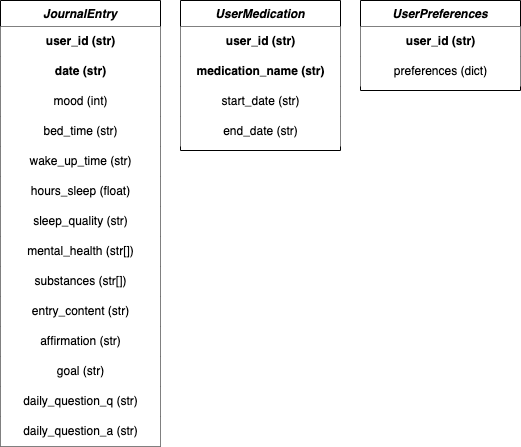
Before: images/ERD.drawio.png, a diagram exported from draw.io (hwilloug/poppyland-journal). Source tidied: cells renumbered, new cells last; positions are measured from the earlier drawing's top-left corner, leaving out a move shared by most shapes. Its diagram source:
```xml
<mxGraphModel>
  <root>
    <mxCell id="0" />
    <mxCell id="1" parent="0" />
    <mxCell id="2" value="JournalEntry" style="swimlane;fontStyle=3;align=center;verticalAlign=top;horizontal=1;startSize=26;rounded=0;shadow=0;strokeWidth=1;fillStyle=solid;fillColor=#FFFFFF;" parent="1" vertex="1">
      <mxGeometry width="160" height="446" as="geometry" />
    </mxCell>
    <mxCell id="3" value="user_id (str)" style="text;html=1;align=center;verticalAlign=middle;strokeColor=none;fillColor=default;fontStyle=1;" parent="2" vertex="1">
      <mxGeometry y="26" width="160" height="30" as="geometry" />
    </mxCell>
    <mxCell id="4" value="date (str)" style="text;html=1;align=center;verticalAlign=middle;strokeColor=none;fillColor=default;fontStyle=1;" parent="2" vertex="1">
      <mxGeometry y="56" width="160" height="30" as="geometry" />
    </mxCell>
    <mxCell id="5" value="mood (int)" style="text;html=1;align=center;verticalAlign=middle;strokeColor=none;fillColor=default;fontStyle=0;" parent="2" vertex="1">
      <mxGeometry y="86" width="160" height="30" as="geometry" />
    </mxCell>
    <mxCell id="6" value="bed_time (str)" style="text;html=1;align=center;verticalAlign=middle;strokeColor=none;fillColor=default;fontStyle=0;" parent="2" vertex="1">
      <mxGeometry y="116" width="160" height="30" as="geometry" />
    </mxCell>
    <mxCell id="7" value="wake_up_time (str)" style="text;html=1;align=center;verticalAlign=middle;strokeColor=none;fillColor=default;fontStyle=0;" parent="2" vertex="1">
      <mxGeometry y="146" width="160" height="30" as="geometry" />
    </mxCell>
    <mxCell id="8" value="hours_sleep (float)" style="text;html=1;align=center;verticalAlign=middle;strokeColor=none;fillColor=default;fontStyle=0;" parent="2" vertex="1">
      <mxGeometry y="176" width="160" height="30" as="geometry" />
    </mxCell>
    <mxCell id="9" value="sleep_quality (str)" style="text;html=1;align=center;verticalAlign=middle;strokeColor=none;fillColor=default;fontStyle=0;" parent="2" vertex="1">
      <mxGeometry y="206" width="160" height="30" as="geometry" />
    </mxCell>
    <mxCell id="10" value="mental_health (str[])" style="text;html=1;align=center;verticalAlign=middle;strokeColor=none;fillColor=default;fontStyle=0;" parent="2" vertex="1">
      <mxGeometry y="236" width="160" height="30" as="geometry" />
    </mxCell>
    <mxCell id="11" value="substances (str[])" style="text;html=1;align=center;verticalAlign=middle;strokeColor=none;fillColor=default;fontStyle=0;" parent="2" vertex="1">
      <mxGeometry y="266" width="160" height="30" as="geometry" />
    </mxCell>
    <mxCell id="12" value="entry_content (str)" style="text;html=1;align=center;verticalAlign=middle;strokeColor=none;fillColor=default;fontStyle=0;" parent="2" vertex="1">
      <mxGeometry y="296" width="160" height="30" as="geometry" />
    </mxCell>
    <mxCell id="13" value="affirmation (str)" style="text;html=1;align=center;verticalAlign=middle;strokeColor=none;fillColor=default;fontStyle=0;" parent="2" vertex="1">
      <mxGeometry y="326" width="160" height="30" as="geometry" />
    </mxCell>
    <mxCell id="14" value="goal (str)" style="text;html=1;align=center;verticalAlign=middle;strokeColor=none;fillColor=default;fontStyle=0;" parent="2" vertex="1">
      <mxGeometry y="356" width="160" height="30" as="geometry" />
    </mxCell>
    <mxCell id="15" value="daily_question_q (str)" style="text;html=1;align=center;verticalAlign=middle;strokeColor=none;fillColor=default;fontStyle=0;" parent="2" vertex="1">
      <mxGeometry y="386" width="160" height="30" as="geometry" />
    </mxCell>
    <mxCell id="16" value="daily_question_a (str)" style="text;html=1;align=center;verticalAlign=middle;strokeColor=none;fillColor=default;fontStyle=0;" parent="2" vertex="1">
      <mxGeometry y="416" width="160" height="30" as="geometry" />
    </mxCell>
    <mxCell id="17" value="UserMedication" style="swimlane;fontStyle=3;align=center;verticalAlign=top;horizontal=1;startSize=26;rounded=0;shadow=0;strokeWidth=1;" parent="1" vertex="1">
      <mxGeometry x="180" width="160" height="150" as="geometry" />
    </mxCell>
    <mxCell id="18" value="user_id (str)" style="text;html=1;align=center;verticalAlign=middle;strokeColor=none;fillColor=default;fontStyle=1;" parent="17" vertex="1">
      <mxGeometry y="26" width="160" height="30" as="geometry" />
    </mxCell>
    <mxCell id="19" value="medication_name (str)" style="text;html=1;align=center;verticalAlign=middle;strokeColor=none;fillColor=default;fontStyle=1;" parent="17" vertex="1">
      <mxGeometry y="56" width="160" height="30" as="geometry" />
    </mxCell>
    <mxCell id="20" value="start_date (str)" style="text;html=1;align=center;verticalAlign=middle;strokeColor=none;fillColor=default;fontStyle=0;" parent="17" vertex="1">
      <mxGeometry y="86" width="160" height="30" as="geometry" />
    </mxCell>
    <mxCell id="21" value="end_date (str)" style="text;html=1;align=center;verticalAlign=middle;strokeColor=none;fillColor=default;fontStyle=0;" parent="17" vertex="1">
      <mxGeometry y="116" width="160" height="30" as="geometry" />
    </mxCell>
    <mxCell id="22" value="UserPreferences" style="swimlane;fontStyle=3;align=center;verticalAlign=top;horizontal=1;startSize=26;rounded=0;shadow=0;strokeWidth=1;" parent="1" vertex="1">
      <mxGeometry x="360" width="160" height="90" as="geometry" />
    </mxCell>
    <mxCell id="23" value="user_id (str)" style="text;html=1;align=center;verticalAlign=middle;strokeColor=none;fillColor=default;fontStyle=1;" parent="22" vertex="1">
      <mxGeometry y="26" width="160" height="30" as="geometry" />
    </mxCell>
    <mxCell id="24" value="preferences (dict)" style="text;html=1;align=center;verticalAlign=middle;strokeColor=none;fillColor=default;fontStyle=0;" parent="22" vertex="1">
      <mxGeometry y="56" width="160" height="30" as="geometry" />
    </mxCell>
  </root>
</mxGraphModel>
```
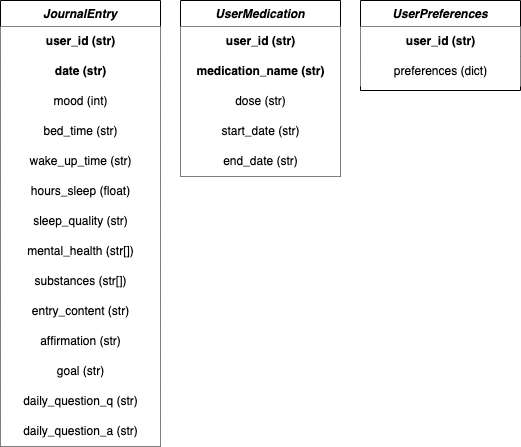
After the change.

Commit message:
Sort entries by decreasing order (#28)

Diff of the diagram source:
```diff
@@ -48,7 +48,7 @@
       <mxGeometry y="416" width="160" height="30" as="geometry" />
     </mxCell>
     <mxCell id="17" value="UserMedication" style="swimlane;fontStyle=3;align=center;verticalAlign=top;horizontal=1;startSize=26;rounded=0;shadow=0;strokeWidth=1;" parent="1" vertex="1">
-      <mxGeometry x="180" width="160" height="150" as="geometry" />
+      <mxGeometry x="180" width="160" height="176" as="geometry" />
     </mxCell>
     <mxCell id="18" value="user_id (str)" style="text;html=1;align=center;verticalAlign=middle;strokeColor=none;fillColor=default;fontStyle=1;" parent="17" vertex="1">
       <mxGeometry y="26" width="160" height="30" as="geometry" />
@@ -56,11 +56,14 @@
     <mxCell id="19" value="medication_name (str)" style="text;html=1;align=center;verticalAlign=middle;strokeColor=none;fillColor=default;fontStyle=1;" parent="17" vertex="1">
       <mxGeometry y="56" width="160" height="30" as="geometry" />
     </mxCell>
+    <mxCell id="25" value="dose (str)" style="text;html=1;align=center;verticalAlign=middle;strokeColor=none;fillColor=default;fontStyle=0;" parent="17" vertex="1">
+      <mxGeometry y="86" width="160" height="30" as="geometry" />
+    </mxCell>
     <mxCell id="20" value="start_date (str)" style="text;html=1;align=center;verticalAlign=middle;strokeColor=none;fillColor=default;fontStyle=0;" parent="17" vertex="1">
-      <mxGeometry y="86" width="160" height="30" as="geometry" />
+      <mxGeometry y="116" width="160" height="30" as="geometry" />
     </mxCell>
     <mxCell id="21" value="end_date (str)" style="text;html=1;align=center;verticalAlign=middle;strokeColor=none;fillColor=default;fontStyle=0;" parent="17" vertex="1">
-      <mxGeometry y="116" width="160" height="30" as="geometry" />
+      <mxGeometry y="146" width="160" height="30" as="geometry" />
     </mxCell>
     <mxCell id="22" value="UserPreferences" style="swimlane;fontStyle=3;align=center;verticalAlign=top;horizontal=1;startSize=26;rounded=0;shadow=0;strokeWidth=1;" parent="1" vertex="1">
       <mxGeometry x="360" width="160" height="90" as="geometry" />
```
